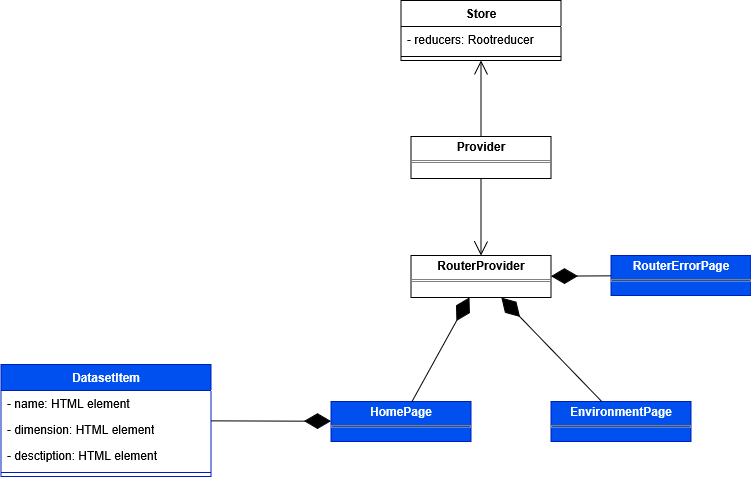
This is Docs/PB/Generali Esterni/specifica_tecnica/template/images/uml_front/ui/pages.png from 6BitBusters/6BitBusters.github.io, a draw.io export, as it was before one commit. Source tidied: cells renumbered, new cells last; positions are measured from the earlier drawing's top-left corner, leaving out a move shared by most shapes.
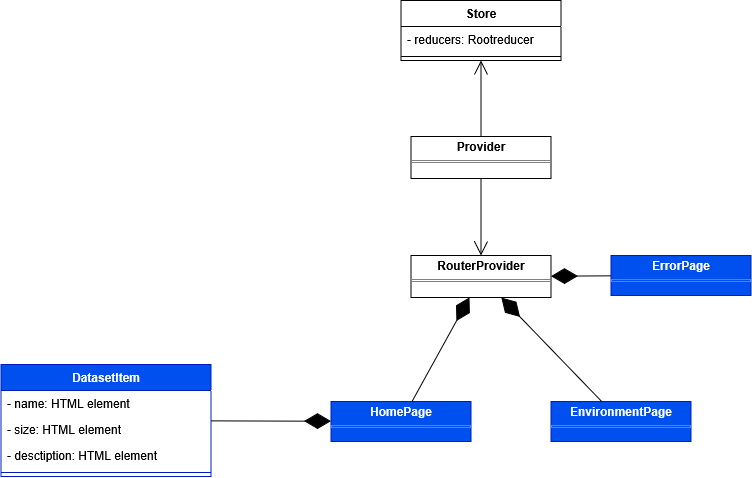
Later version of the same file.

Diff of the diagram source:
```diff
@@ -35,7 +35,7 @@
     <mxCell id="12" style="endArrow=diamondThin;endFill=1;endSize=24;html=1;rounded=0;" parent="1" edge="1" source="10" target="8">
       <mxGeometry relative="1" as="geometry" />
     </mxCell>
-    <mxCell id="13" value="&lt;p style=&quot;margin:0px;margin-top:4px;text-align:center;&quot;&gt;&lt;b&gt;RouterErrorPage&lt;/b&gt;&lt;/p&gt;&lt;hr size=&quot;1&quot; style=&quot;border-style:solid;&quot;&gt;&lt;div style=&quot;height:2px;&quot;&gt;&lt;/div&gt;" style="verticalAlign=top;align=left;overflow=fill;html=1;whiteSpace=wrap;fillColor=#0050ef;fontColor=#ffffff;strokeColor=#001DBC;" parent="1" vertex="1">
+    <mxCell id="13" value="&lt;p style=&quot;margin:0px;margin-top:4px;text-align:center;&quot;&gt;&lt;b&gt;ErrorPage&lt;/b&gt;&lt;/p&gt;&lt;hr size=&quot;1&quot; style=&quot;border-style:solid;&quot;&gt;&lt;div style=&quot;height:2px;&quot;&gt;&lt;/div&gt;" style="verticalAlign=top;align=left;overflow=fill;html=1;whiteSpace=wrap;fillColor=#0050ef;fontColor=#ffffff;strokeColor=#001DBC;" parent="1" vertex="1">
       <mxGeometry x="609.5" y="255" width="140" height="40" as="geometry" />
     </mxCell>
     <mxCell id="14" style="endArrow=diamondThin;endFill=1;endSize=24;html=1;rounded=0;" parent="1" edge="1" source="13" target="8">
@@ -50,7 +50,7 @@
     <mxCell id="17" value="- name: HTML element" style="text;strokeColor=none;fillColor=none;align=left;verticalAlign=top;spacingLeft=4;spacingRight=4;overflow=hidden;whiteSpace=wrap;html=1;" parent="16" vertex="1">
       <mxGeometry y="26" width="210" height="26" as="geometry" />
     </mxCell>
-    <mxCell id="18" value="- dimension: HTML element" style="text;strokeColor=none;fillColor=none;align=left;verticalAlign=top;spacingLeft=4;spacingRight=4;overflow=hidden;whiteSpace=wrap;html=1;" parent="16" vertex="1">
+    <mxCell id="18" value="- size: HTML element" style="text;strokeColor=none;fillColor=none;align=left;verticalAlign=top;spacingLeft=4;spacingRight=4;overflow=hidden;whiteSpace=wrap;html=1;" parent="16" vertex="1">
       <mxGeometry y="52" width="210" height="26" as="geometry" />
     </mxCell>
     <mxCell id="19" value="- desctiption: HTML element" style="text;strokeColor=none;fillColor=none;align=left;verticalAlign=top;spacingLeft=4;spacingRight=4;overflow=hidden;whiteSpace=wrap;html=1;" parent="16" vertex="1">
```
